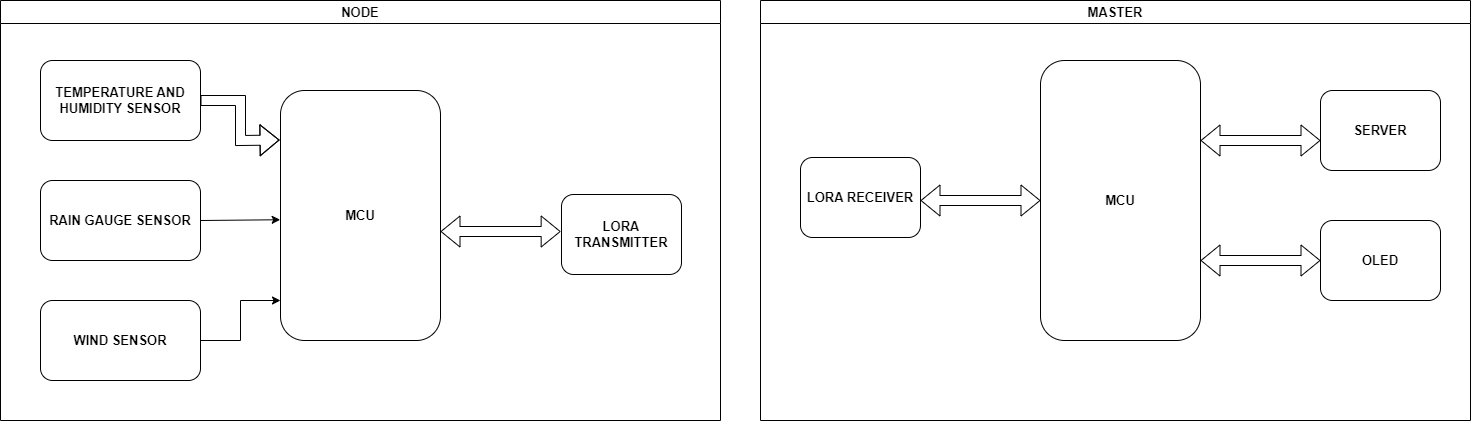
Before: Image/Sơ đồ khối/Sơ đồ khối tổng quát.png, a diagram exported from draw.io (tuanthanhhh/Weather_Monitoring_Station_System). Source tidied: cells renumbered, new cells last; positions are measured from the earlier drawing's top-left corner, leaving out a move shared by most shapes.
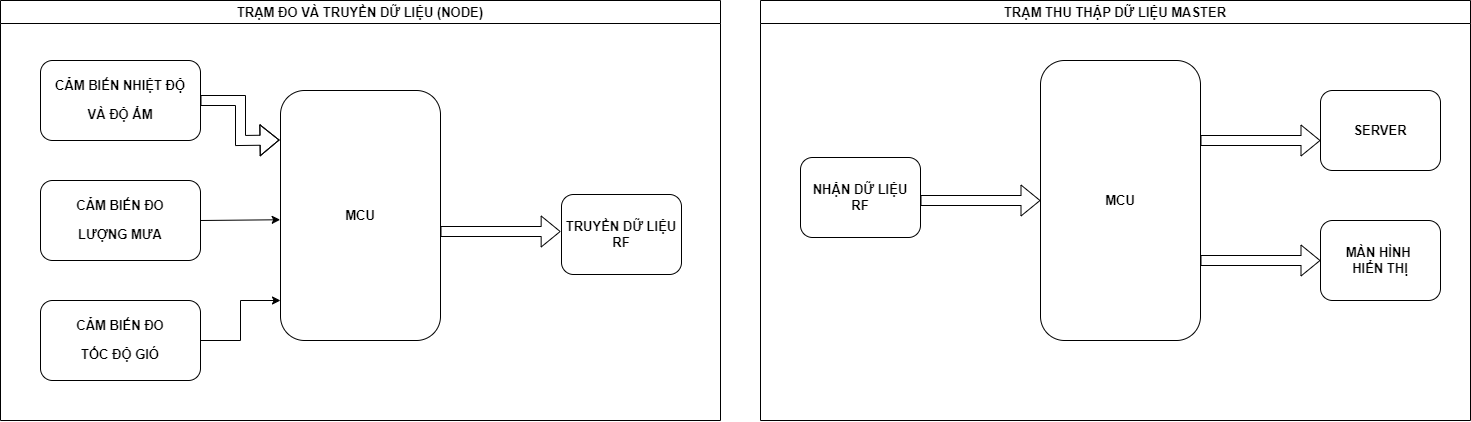
The same file after the commit.

The edit, as a diff of the source:
```diff
@@ -2,16 +2,16 @@
   <root>
     <mxCell id="0" />
     <mxCell id="1" parent="0" />
-    <mxCell id="2" value="&lt;p class=&quot;Listlevel2&quot; style=&quot;text-indent: 0cm; font-size: 13px;&quot;&gt;&lt;b style=&quot;font-size: 13px;&quot;&gt;TEMPERATURE AND HUMIDITY SENSOR&lt;/b&gt;&lt;/p&gt;" style="rounded=1;whiteSpace=wrap;html=1;fontStyle=1;fontSize=13;" parent="1" vertex="1">
+    <mxCell id="2" value="&lt;p class=&quot;Listlevel2&quot; style=&quot;text-indent: 0cm; font-size: 13px;&quot;&gt;CẢM BIẾN NHIỆT ĐỘ&lt;/p&gt;&lt;p class=&quot;Listlevel2&quot; style=&quot;text-indent: 0cm; font-size: 13px;&quot;&gt;VÀ ĐỘ ẨM&lt;/p&gt;" style="rounded=1;whiteSpace=wrap;html=1;fontStyle=1;fontSize=13;" parent="1" vertex="1">
       <mxGeometry x="40" y="60" width="160" height="80" as="geometry" />
     </mxCell>
     <mxCell id="3" value="&lt;b style=&quot;font-size: 13px;&quot;&gt;MCU&lt;/b&gt;" style="rounded=1;whiteSpace=wrap;html=1;fontSize=13;" parent="1" vertex="1">
       <mxGeometry x="280" y="90" width="160" height="250" as="geometry" />
     </mxCell>
-    <mxCell id="4" value="&lt;p class=&quot;Listlevel2&quot; style=&quot;text-indent: 0cm; font-size: 13px;&quot;&gt;RAIN GAUGE SENSOR&lt;/p&gt;" style="rounded=1;whiteSpace=wrap;html=1;fontStyle=1;fontSize=13;" parent="1" vertex="1">
+    <mxCell id="4" value="&lt;p class=&quot;Listlevel2&quot; style=&quot;text-indent: 0cm; font-size: 13px;&quot;&gt;CẢM BIẾN ĐO&lt;/p&gt;&lt;p class=&quot;Listlevel2&quot; style=&quot;text-indent: 0cm; font-size: 13px;&quot;&gt;LƯỢNG MƯA&lt;/p&gt;" style="rounded=1;whiteSpace=wrap;html=1;fontStyle=1;fontSize=13;" parent="1" vertex="1">
       <mxGeometry x="40" y="180" width="160" height="80" as="geometry" />
     </mxCell>
-    <mxCell id="5" value="&lt;p class=&quot;Listlevel2&quot; style=&quot;text-indent: 0cm; font-size: 13px;&quot;&gt;WIND SENSOR&lt;/p&gt;" style="rounded=1;whiteSpace=wrap;html=1;fontStyle=1;fontSize=13;" parent="1" vertex="1">
+    <mxCell id="5" value="&lt;p class=&quot;Listlevel2&quot; style=&quot;text-indent: 0cm; font-size: 13px;&quot;&gt;CẢM BIẾN ĐO&lt;/p&gt;&lt;p class=&quot;Listlevel2&quot; style=&quot;text-indent: 0cm; font-size: 13px;&quot;&gt;TỐC ĐỘ GIÓ&lt;/p&gt;" style="rounded=1;whiteSpace=wrap;html=1;fontStyle=1;fontSize=13;" parent="1" vertex="1">
       <mxGeometry x="40" y="300" width="160" height="80" as="geometry" />
     </mxCell>
     <mxCell id="6" style="endArrow=classic;html=1;rounded=0;exitX=1;exitY=0.5;exitDx=0;exitDy=0;entryX=0;entryY=0.84;entryDx=0;entryDy=0;entryPerimeter=0;fontSize=13;" parent="1" edge="1" source="5" target="3">
@@ -33,16 +33,16 @@
         </Array>
       </mxGeometry>
     </mxCell>
-    <mxCell id="9" value="NODE" style="swimlane;whiteSpace=wrap;html=1;fontSize=13;" parent="1" vertex="1">
+    <mxCell id="9" value="TRẠM ĐO VÀ TRUYỀN DỮ LIỆU (NODE)" style="swimlane;whiteSpace=wrap;html=1;fontSize=13;" parent="1" vertex="1">
       <mxGeometry width="720" height="420" as="geometry" />
     </mxCell>
-    <mxCell id="10" style="shape=flexArrow;endArrow=classic;startArrow=classic;html=1;rounded=0;entryX=0;entryY=0.5;entryDx=0;entryDy=0;exitX=0.999;exitY=0.2;exitDx=0;exitDy=0;exitPerimeter=0;fontSize=13;" parent="9" edge="1">
+    <mxCell id="10" style="shape=flexArrow;endArrow=classic;startArrow=none;html=1;rounded=0;entryX=0;entryY=0.5;entryDx=0;entryDy=0;exitX=0.999;exitY=0.2;exitDx=0;exitDy=0;exitPerimeter=0;fontSize=13;startFill=0;" parent="9" edge="1">
       <mxGeometry relative="1" as="geometry">
         <mxPoint x="440" y="231" as="sourcePoint" />
         <mxPoint x="560.2" y="231" as="targetPoint" />
       </mxGeometry>
     </mxCell>
-    <mxCell id="11" value="LORA TRANSMITTER" style="rounded=1;whiteSpace=wrap;html=1;fontStyle=1;fontSize=13;" parent="9" vertex="1">
+    <mxCell id="11" value="TRUYỀN DỮ LIỆU&lt;div&gt;RF&lt;/div&gt;" style="rounded=1;whiteSpace=wrap;html=1;fontStyle=1;fontSize=13;" parent="9" vertex="1">
       <mxGeometry x="561" y="194" width="120" height="80" as="geometry" />
     </mxCell>
     <mxCell id="12" value="&lt;b style=&quot;font-size: 13px;&quot;&gt;MCU&lt;/b&gt;" style="rounded=1;whiteSpace=wrap;html=1;fontSize=13;" parent="1" vertex="1">
@@ -51,28 +51,28 @@
     <mxCell id="13" value="SERVER" style="rounded=1;whiteSpace=wrap;html=1;fontStyle=1;fontSize=13;" parent="1" vertex="1">
       <mxGeometry x="1320" y="90" width="120" height="80" as="geometry" />
     </mxCell>
-    <mxCell id="14" value="OLED" style="rounded=1;whiteSpace=wrap;html=1;fontStyle=1;fontSize=13;" parent="1" vertex="1">
+    <mxCell id="14" value="MÀN HÌNH&amp;nbsp;&lt;div&gt;HIỂN THỊ&lt;/div&gt;" style="rounded=1;whiteSpace=wrap;html=1;fontStyle=1;fontSize=13;" parent="1" vertex="1">
       <mxGeometry x="1320" y="220" width="120" height="80" as="geometry" />
     </mxCell>
-    <mxCell id="15" style="shape=flexArrow;endArrow=classic;startArrow=classic;html=1;rounded=0;entryX=0;entryY=0.5;entryDx=0;entryDy=0;exitX=0.999;exitY=0.2;exitDx=0;exitDy=0;exitPerimeter=0;fontSize=13;" parent="1" edge="1">
+    <mxCell id="15" style="shape=flexArrow;endArrow=classic;startArrow=none;html=1;rounded=0;entryX=0;entryY=0.5;entryDx=0;entryDy=0;exitX=0.999;exitY=0.2;exitDx=0;exitDy=0;exitPerimeter=0;fontSize=13;startFill=0;" parent="1" edge="1">
       <mxGeometry relative="1" as="geometry">
         <mxPoint x="1200" y="260" as="sourcePoint" />
         <mxPoint x="1320" y="260" as="targetPoint" />
       </mxGeometry>
     </mxCell>
-    <mxCell id="16" style="shape=flexArrow;endArrow=classic;startArrow=classic;html=1;rounded=0;entryX=0;entryY=0.5;entryDx=0;entryDy=0;exitX=0.999;exitY=0.2;exitDx=0;exitDy=0;exitPerimeter=0;fontSize=13;" parent="1" edge="1">
+    <mxCell id="16" style="shape=flexArrow;endArrow=classic;startArrow=none;html=1;rounded=0;entryX=0;entryY=0.5;entryDx=0;entryDy=0;exitX=0.999;exitY=0.2;exitDx=0;exitDy=0;exitPerimeter=0;fontSize=13;startFill=0;" parent="1" edge="1">
       <mxGeometry relative="1" as="geometry">
         <mxPoint x="1200" y="140" as="sourcePoint" />
         <mxPoint x="1320" y="140" as="targetPoint" />
       </mxGeometry>
     </mxCell>
-    <mxCell id="17" value="MASTER" style="swimlane;whiteSpace=wrap;html=1;fontSize=13;" parent="1" vertex="1">
+    <mxCell id="17" value="TRẠM THU THẬP DỮ LIỆU MASTER" style="swimlane;whiteSpace=wrap;html=1;fontSize=13;" parent="1" vertex="1">
       <mxGeometry x="760" width="710" height="420" as="geometry" />
     </mxCell>
-    <mxCell id="18" value="LORA RECEIVER" style="rounded=1;whiteSpace=wrap;html=1;fontStyle=1;fontSize=13;" parent="17" vertex="1">
+    <mxCell id="18" value="NHẬN DỮ LIỆU&lt;div&gt;RF&lt;/div&gt;" style="rounded=1;whiteSpace=wrap;html=1;fontStyle=1;fontSize=13;" parent="17" vertex="1">
       <mxGeometry x="40" y="157" width="120" height="80" as="geometry" />
     </mxCell>
-    <mxCell id="19" style="shape=flexArrow;endArrow=classic;startArrow=classic;html=1;rounded=0;entryX=0;entryY=0.5;entryDx=0;entryDy=0;exitX=0.999;exitY=0.2;exitDx=0;exitDy=0;exitPerimeter=0;fontSize=13;" parent="17" edge="1">
+    <mxCell id="19" style="shape=flexArrow;endArrow=classic;startArrow=none;html=1;rounded=0;entryX=0;entryY=0.5;entryDx=0;entryDy=0;exitX=0.999;exitY=0.2;exitDx=0;exitDy=0;exitPerimeter=0;fontSize=13;startFill=0;" parent="17" edge="1">
       <mxGeometry relative="1" as="geometry">
         <mxPoint x="160" y="200" as="sourcePoint" />
         <mxPoint x="280" y="200" as="targetPoint" />
```
